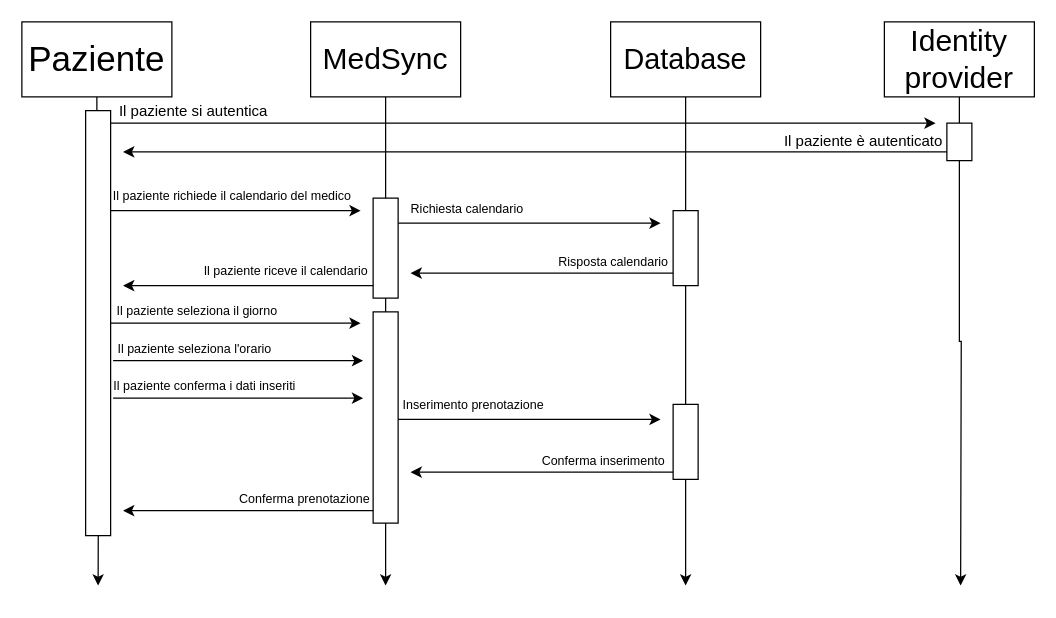
frncscrlnd/MedSync-Sistema-di-Gestione-Appuntamenti-e-Documentazione-Medica keeps this draw.io diagram as page "sequence" (4 of 6) of DiagrammiMedSync.drawio. Above is the earlier version. Source tidied: cells renumbered, new cells numbered last; positions are measured from the earlier drawing's top-left corner, leaving out a move shared by most shapes. Both pictures are drawn from the tidied source at 125%, with x=0, y=0 at pixel (21, 21).
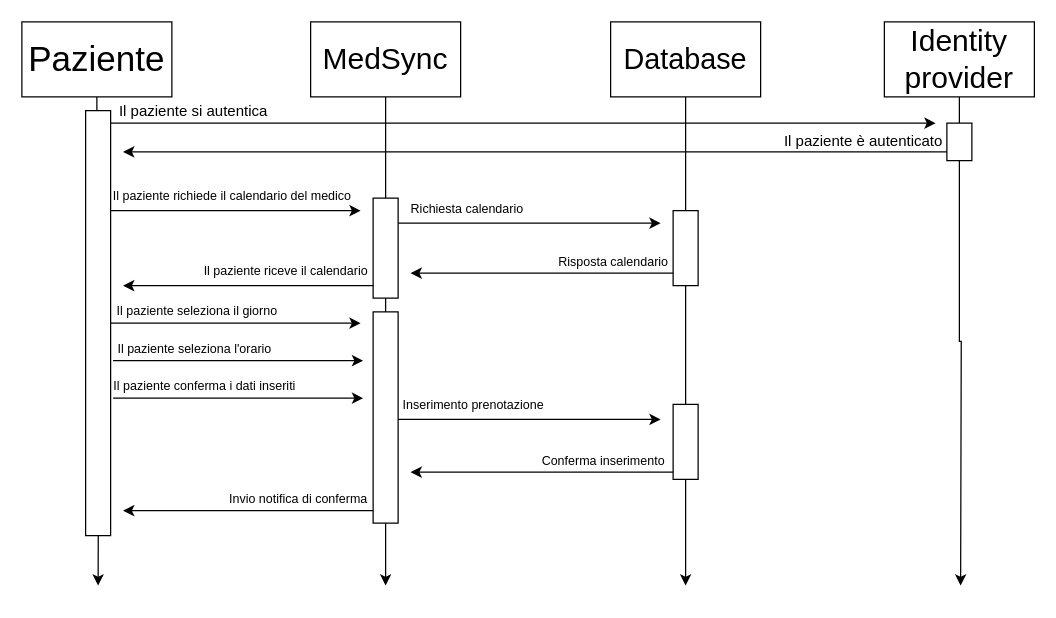
The same page after the edit.

Change to the diagram source:
```diff
@@
-    <mxCell id="39" value="&lt;span style=&quot;font-size: 10px;&quot;&gt;Conferma prenotazione&lt;/span&gt;" style="text;html=1;align=center;verticalAlign=middle;strokeColor=none;fillColor=none;" parent="1" vertex="1">
-      <mxGeometry x="161" y="366" width="130" height="30" as="geometry" />
+    <mxCell id="39" value="&lt;span style=&quot;font-size: 10px;&quot;&gt;Invio notifica di conferma&lt;/span&gt;" style="text;html=1;align=center;verticalAlign=middle;strokeColor=none;fillColor=none;" parent="1" vertex="1">
+      <mxGeometry x="156" y="366" width="130" height="30" as="geometry" />
     </mxCell>
```
